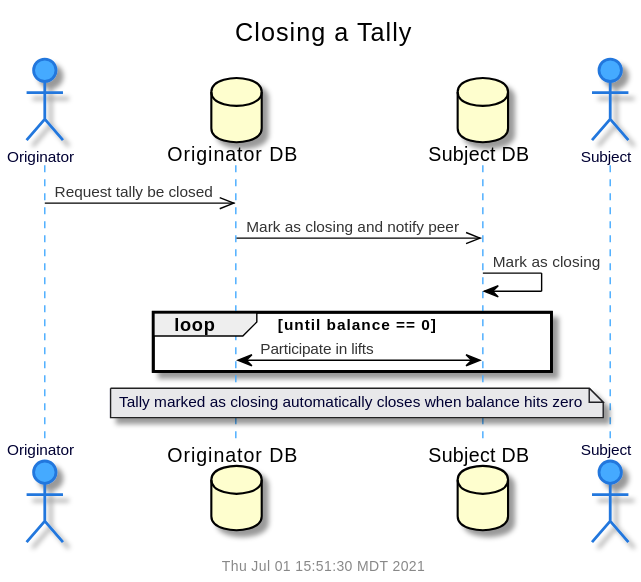
Earlier version of the PlantUML export doc/uml/seq-tally-close.svg (gotchoices/MyCHIPs).
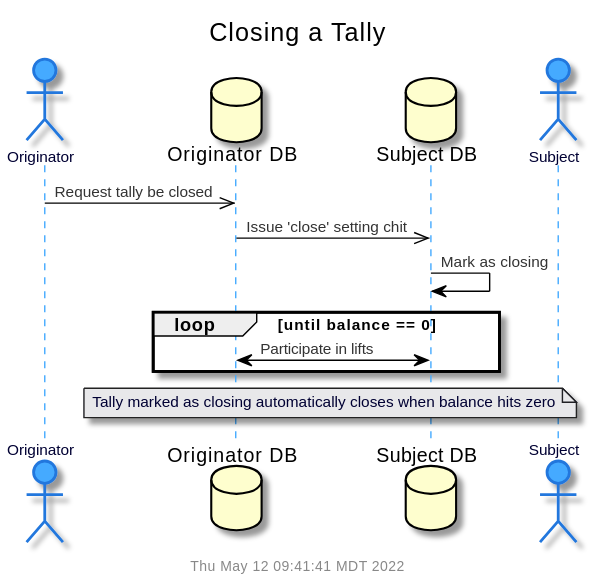
Above is the later version.

Change to the diagram source:
```diff
@@ -7,7 +7,7 @@
 actor "Subject" as subj
 
 prop	->>	propDB:		Request tally be closed
-propDB	->>	subjDB:		Mark as closing and notify peer
+propDB	->>	subjDB:		Issue 'close' setting chit
 subjDB	->	subjDB:		Mark as closing
 loop until balance == 0
  propDB <->	subjDB:		Participate in lifts
```
